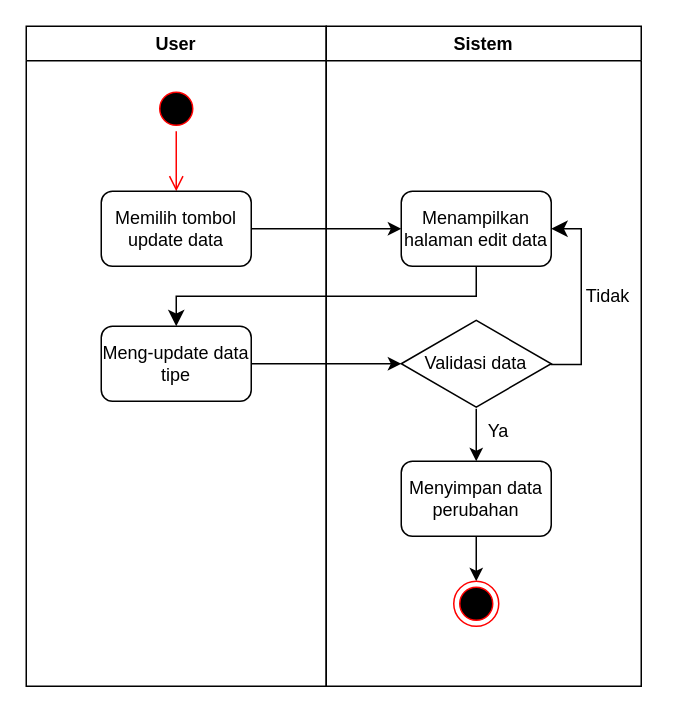
The draw.io diagram DOKUMENTASI IDMS/tipe peralatan/updatetipe.drawio in rismanrhz/idms, before the edit. Source tidied: cells renumbered, new cells numbered last; positions are measured from the earlier drawing's top-left corner, leaving out a move shared by most shapes. Both pictures are drawn from the tidied source at 150%, with x=0, y=0 at pixel (26, 26).
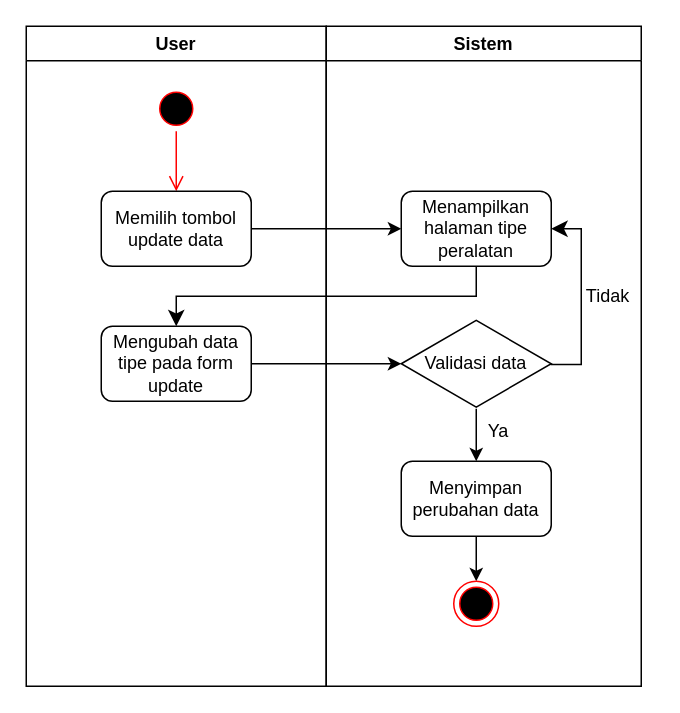
After the change.

The change refers to these unchanged cells:
```xml
<mxCell id="2" value="User" style="swimlane;whiteSpace=wrap;html=1;" parent="1" vertex="1">
  <mxGeometry width="200" height="440" as="geometry" />
</mxCell>
<mxCell id="7" value="Sistem" style="swimlane;whiteSpace=wrap;html=1;" parent="1" vertex="1">
  <mxGeometry x="200" width="210" height="440" as="geometry" />
</mxCell>
```

Change to the diagram source:
```diff
@@
-    <mxCell id="6" value="Meng-update data tipe" style="rounded=1;whiteSpace=wrap;html=1;" parent="2" vertex="1">
+    <mxCell id="6" value="Mengubah data tipe pada form update" style="rounded=1;whiteSpace=wrap;html=1;" parent="2" vertex="1">
       <mxGeometry x="50" y="200" width="100" height="50" as="geometry" />
     </mxCell>
@@
-    <mxCell id="8" value="Menampilkan halaman edit data" style="rounded=1;whiteSpace=wrap;html=1;" parent="7" vertex="1">
+    <mxCell id="8" value="Menampilkan halaman tipe peralatan" style="rounded=1;whiteSpace=wrap;html=1;" parent="7" vertex="1">
       <mxGeometry x="50" y="110" width="100" height="50" as="geometry" />
     </mxCell>
@@
-    <mxCell id="14" value="Menyimpan data perubahan" style="rounded=1;whiteSpace=wrap;html=1;" parent="7" vertex="1">
+    <mxCell id="14" value="Menyimpan perubahan data" style="rounded=1;whiteSpace=wrap;html=1;" parent="7" vertex="1">
       <mxGeometry x="50" y="290" width="100" height="50" as="geometry" />
     </mxCell>
```
